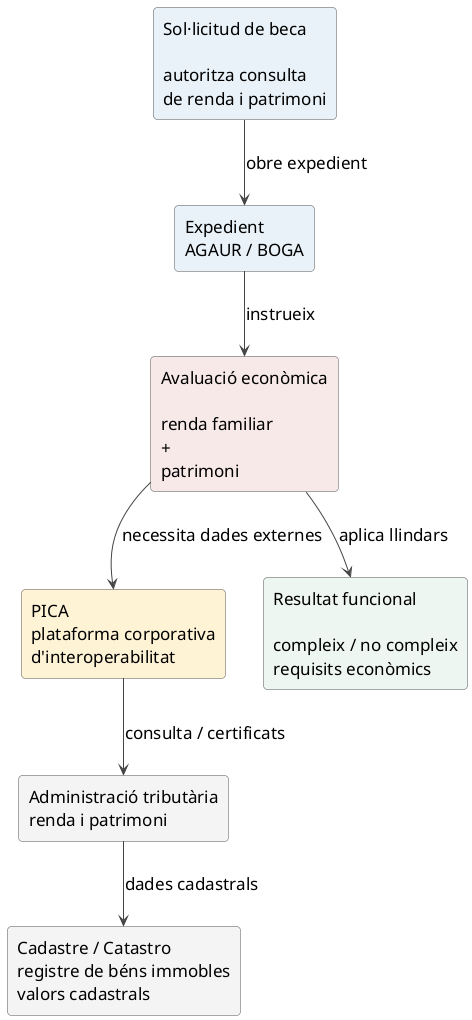
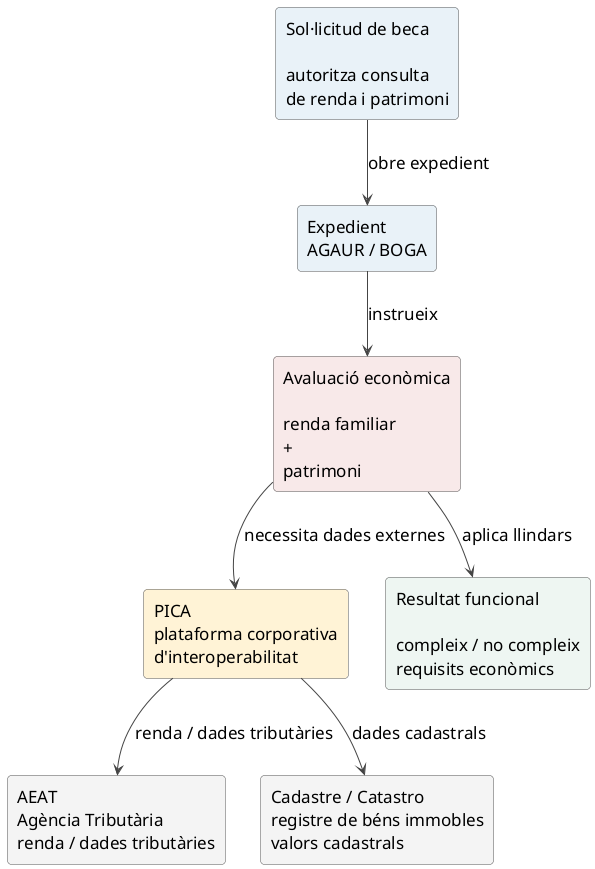
@startuml
skinparam backgroundColor #FFFFFF
skinparam shadowing false
skinparam defaultFontName Arial
skinparam defaultFontSize 17
skinparam ArrowColor #444444
skinparam rectangle {
  RoundCorner 8
  BorderColor #555555
}

top to bottom direction

rectangle "Sol·licitud de beca\n\nautoritza consulta\nde renda i patrimoni" as SOL #E9F2F8
rectangle "Expedient\nAGAUR / BOGA" as EXP #E9F2F8
rectangle "Avaluació econòmica\n\nrenda familiar\n+\npatrimoni" as EVAL #F8E9E9
rectangle "PICA\nplataforma corporativa\nd'interoperabilitat" as PICA #FFF3D6
- rectangle "Administració tributària\nrenda i patrimoni" as AEAT #F4F4F4
+ rectangle "AEAT\nAgència Tributària\nrenda / dades tributàries" as AEAT #F4F4F4
rectangle "Cadastre / Catastro\nregistre de béns immobles\nvalors cadastrals" as CAD #F4F4F4
rectangle "Resultat funcional\n\ncompleix / no compleix\nrequisits econòmics" as RESULT #EEF6F2

SOL --> EXP : obre expedient
EXP --> EVAL : instrueix
EVAL --> PICA : necessita dades externes
- PICA --> AEAT : consulta / certificats
- AEAT --> CAD : dades cadastrals
+ PICA --> AEAT : renda / dades tributàries
+ PICA --> CAD : dades cadastrals
EVAL --> RESULT : aplica llindars

@enduml
